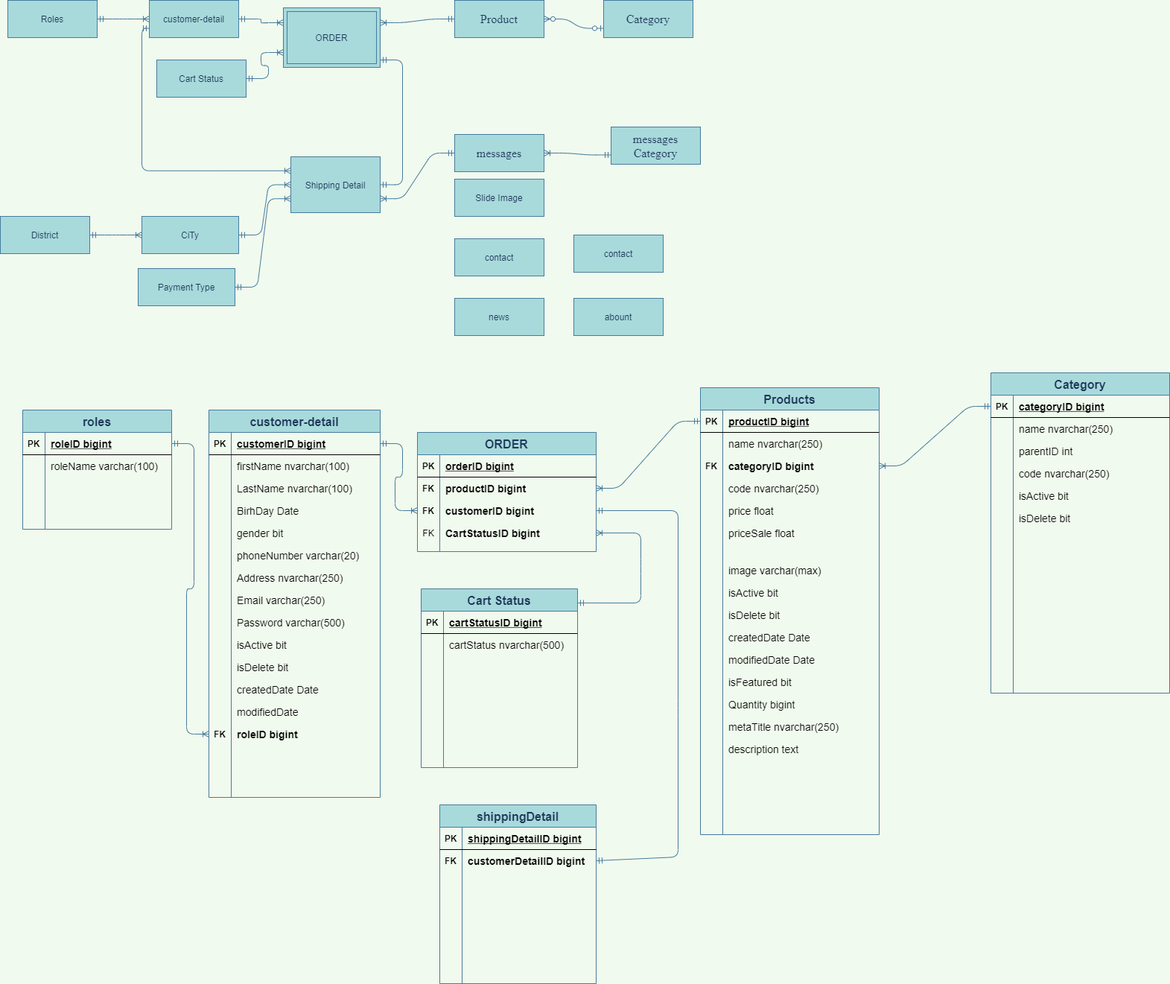
Earlier version of the draw.io export Untitled Diagram.png (maialino123/Eproject-SEM3). Source tidied: cells renumbered, new cells last; positions are measured from the earlier drawing's top-left corner, leaving out a move shared by most shapes.
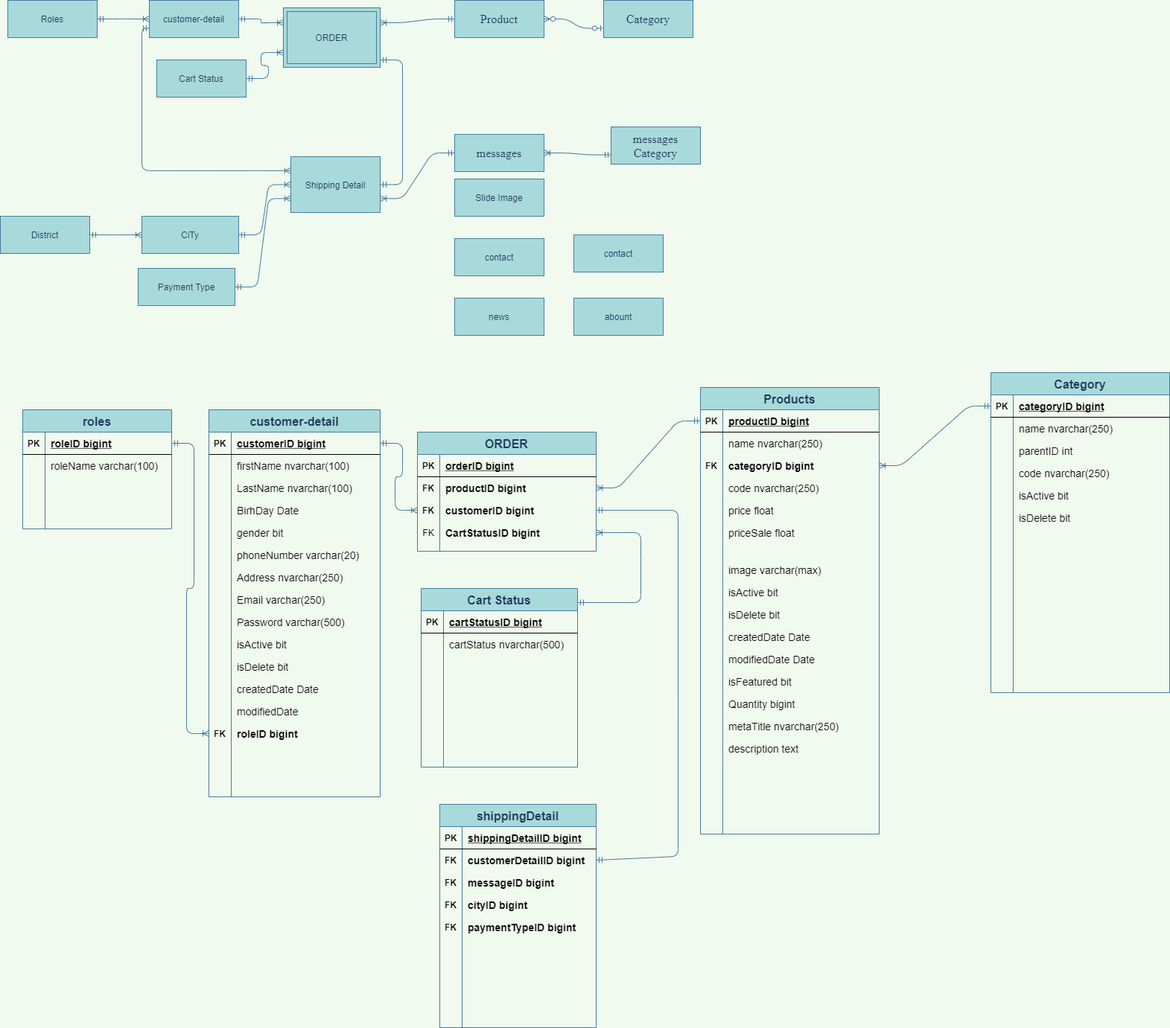
Later version of the same file.

What changed in the source:
```diff
@@ -596,7 +596,7 @@
       </mxGeometry>
     </mxCell>
     <mxCell id="197" value="shippingDetail" style="shape=table;startSize=30;rowLines=0;fontStyle=1;align=center;rounded=0;sketch=0;fontColor=#1D3557;strokeColor=#457B9D;fillColor=#A8DADC;fontSize=16;" parent="1" vertex="1">
-      <mxGeometry x="590" y="1080" width="210" height="240" as="geometry" />
+      <mxGeometry x="590" y="1080" width="210" height="300" as="geometry" />
     </mxCell>
     <mxCell id="198" style="shape=partialRectangle;fillColor=none;top=0;left=0;bottom=1;right=0;" parent="197" vertex="1">
       <mxGeometry y="30" width="210" height="30" as="geometry" />
@@ -619,14 +619,32 @@
     <mxCell id="204" style="shape=partialRectangle;fillColor=none;top=0;left=0;bottom=0;right=0;" parent="197" vertex="1">
       <mxGeometry y="90" width="210" height="30" as="geometry" />
     </mxCell>
-    <mxCell id="205" style="shape=partialRectangle;fillColor=none;top=0;left=0;bottom=0;right=0;overflow=hidden;" parent="204" vertex="1">
+    <mxCell id="205" value="FK" style="shape=partialRectangle;fillColor=none;top=0;left=0;bottom=0;right=0;overflow=hidden;fontStyle=1;" parent="204" vertex="1">
       <mxGeometry width="30" height="30" as="geometry" />
     </mxCell>
-    <mxCell id="206" style="shape=partialRectangle;fillColor=none;top=0;left=0;bottom=0;right=0;align=left;spacingLeft=6;overflow=hidden;" parent="204" vertex="1">
+    <mxCell id="206" value="messageID bigint" style="shape=partialRectangle;fillColor=none;top=0;left=0;bottom=0;right=0;align=left;spacingLeft=6;overflow=hidden;fontStyle=1;fontSize=14;" parent="204" vertex="1">
       <mxGeometry x="30" width="180" height="30" as="geometry" />
     </mxCell>
+    <mxCell id="220" style="shape=partialRectangle;fillColor=none;top=0;left=0;bottom=0;right=0;" parent="197" vertex="1">
+      <mxGeometry y="120" width="210" height="30" as="geometry" />
+    </mxCell>
+    <mxCell id="221" value="FK" style="shape=partialRectangle;fillColor=none;top=0;left=0;bottom=0;right=0;overflow=hidden;fontStyle=1;" parent="220" vertex="1">
+      <mxGeometry width="30" height="30" as="geometry" />
+    </mxCell>
+    <mxCell id="222" value="cityID bigint" style="shape=partialRectangle;fillColor=none;top=0;left=0;bottom=0;right=0;align=left;spacingLeft=6;overflow=hidden;fontSize=14;fontStyle=1;" parent="220" vertex="1">
+      <mxGeometry x="30" width="180" height="30" as="geometry" />
+    </mxCell>
+    <mxCell id="223" style="shape=partialRectangle;fillColor=none;top=0;left=0;bottom=0;right=0;" parent="197" vertex="1">
+      <mxGeometry y="150" width="210" height="30" as="geometry" />
+    </mxCell>
+    <mxCell id="224" value="FK" style="shape=partialRectangle;fillColor=none;top=0;left=0;bottom=0;right=0;overflow=hidden;fontStyle=1;" parent="223" vertex="1">
+      <mxGeometry width="30" height="30" as="geometry" />
+    </mxCell>
+    <mxCell id="225" value="paymentTypeID bigint" style="shape=partialRectangle;fillColor=none;top=0;left=0;bottom=0;right=0;align=left;spacingLeft=6;overflow=hidden;fontSize=14;fontStyle=1;" parent="223" vertex="1">
+      <mxGeometry x="30" width="180" height="30" as="geometry" />
+    </mxCell>
     <mxCell id="207" style="shape=partialRectangle;fillColor=none;top=0;left=0;bottom=0;right=0;" parent="197" vertex="1">
-      <mxGeometry y="120" width="210" height="30" as="geometry" />
+      <mxGeometry y="180" width="210" height="30" as="geometry" />
     </mxCell>
     <mxCell id="208" style="shape=partialRectangle;fillColor=none;top=0;left=0;bottom=0;right=0;overflow=hidden;" parent="207" vertex="1">
       <mxGeometry width="30" height="30" as="geometry" />
@@ -635,7 +653,7 @@
       <mxGeometry x="30" width="180" height="30" as="geometry" />
     </mxCell>
     <mxCell id="210" style="shape=partialRectangle;fillColor=none;top=0;left=0;bottom=0;right=0;" parent="197" vertex="1">
-      <mxGeometry y="150" width="210" height="30" as="geometry" />
+      <mxGeometry y="210" width="210" height="30" as="geometry" />
     </mxCell>
     <mxCell id="211" style="shape=partialRectangle;fillColor=none;top=0;left=0;bottom=0;right=0;overflow=hidden;" parent="210" vertex="1">
       <mxGeometry width="30" height="30" as="geometry" />
@@ -644,7 +662,7 @@
       <mxGeometry x="30" width="180" height="30" as="geometry" />
     </mxCell>
     <mxCell id="213" style="shape=partialRectangle;fillColor=none;top=0;left=0;bottom=0;right=0;" parent="197" vertex="1">
-      <mxGeometry y="180" width="210" height="30" as="geometry" />
+      <mxGeometry y="240" width="210" height="30" as="geometry" />
     </mxCell>
     <mxCell id="214" style="shape=partialRectangle;fillColor=none;top=0;left=0;bottom=0;right=0;overflow=hidden;" parent="213" vertex="1">
       <mxGeometry width="30" height="30" as="geometry" />
@@ -653,7 +671,7 @@
       <mxGeometry x="30" width="180" height="30" as="geometry" />
     </mxCell>
     <mxCell id="216" style="shape=partialRectangle;fillColor=none;top=0;left=0;bottom=0;right=0;" parent="197" vertex="1">
-      <mxGeometry y="210" width="210" height="30" as="geometry" />
+      <mxGeometry y="270" width="210" height="30" as="geometry" />
     </mxCell>
     <mxCell id="217" style="shape=partialRectangle;fillColor=none;top=0;left=0;bottom=0;right=0;overflow=hidden;" parent="216" vertex="1">
       <mxGeometry width="30" height="30" as="geometry" />
```
